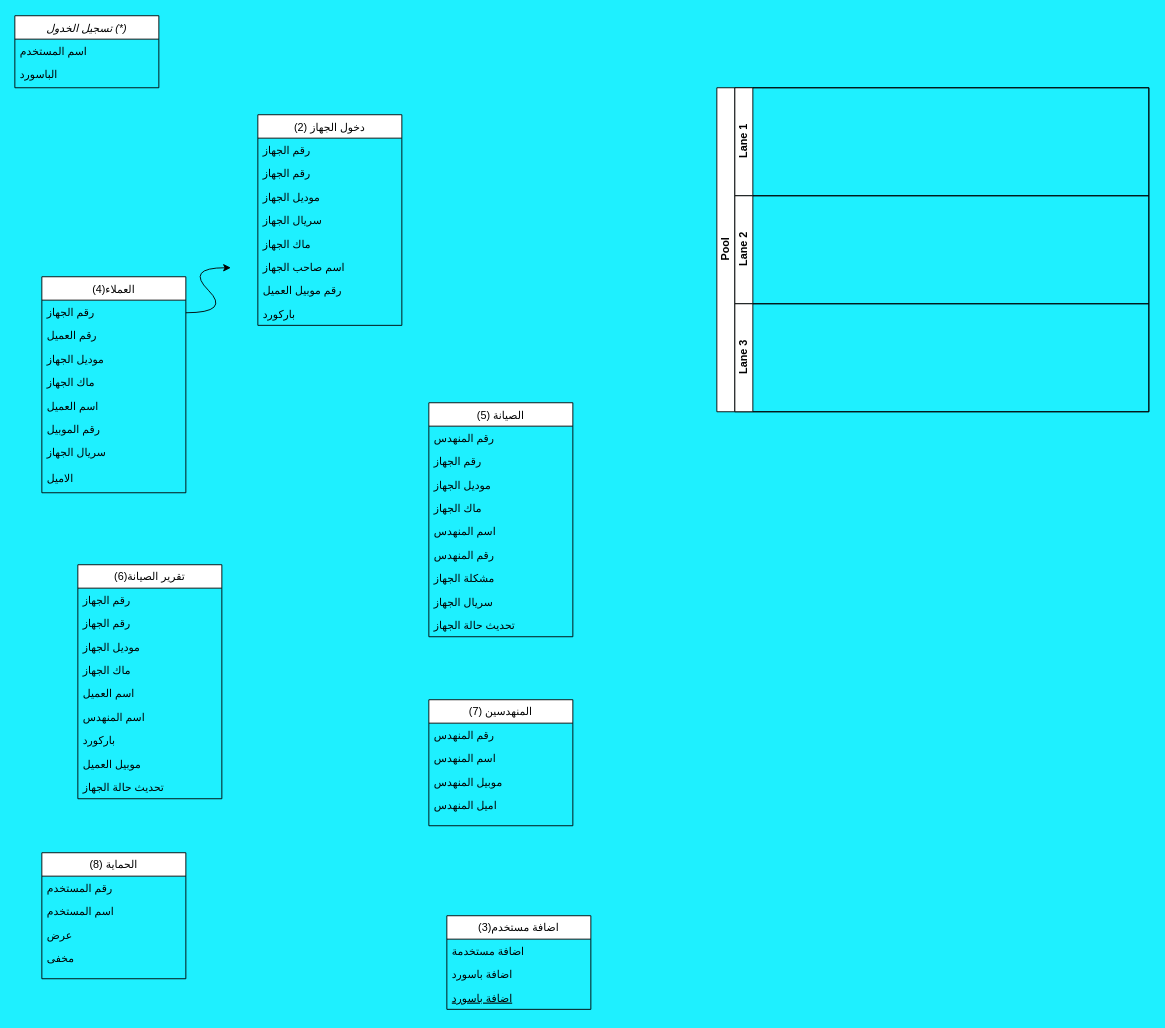
The draw.io diagram Untitled Diagram.drawio in Botrou/satar, before the edit. Source tidied: cells renumbered, new cells numbered last; positions are measured from the earlier drawing's top-left corner, leaving out a move shared by most shapes. Both pictures are drawn from the tidied source at 90%, with x=0, y=0 at pixel (14, 15).
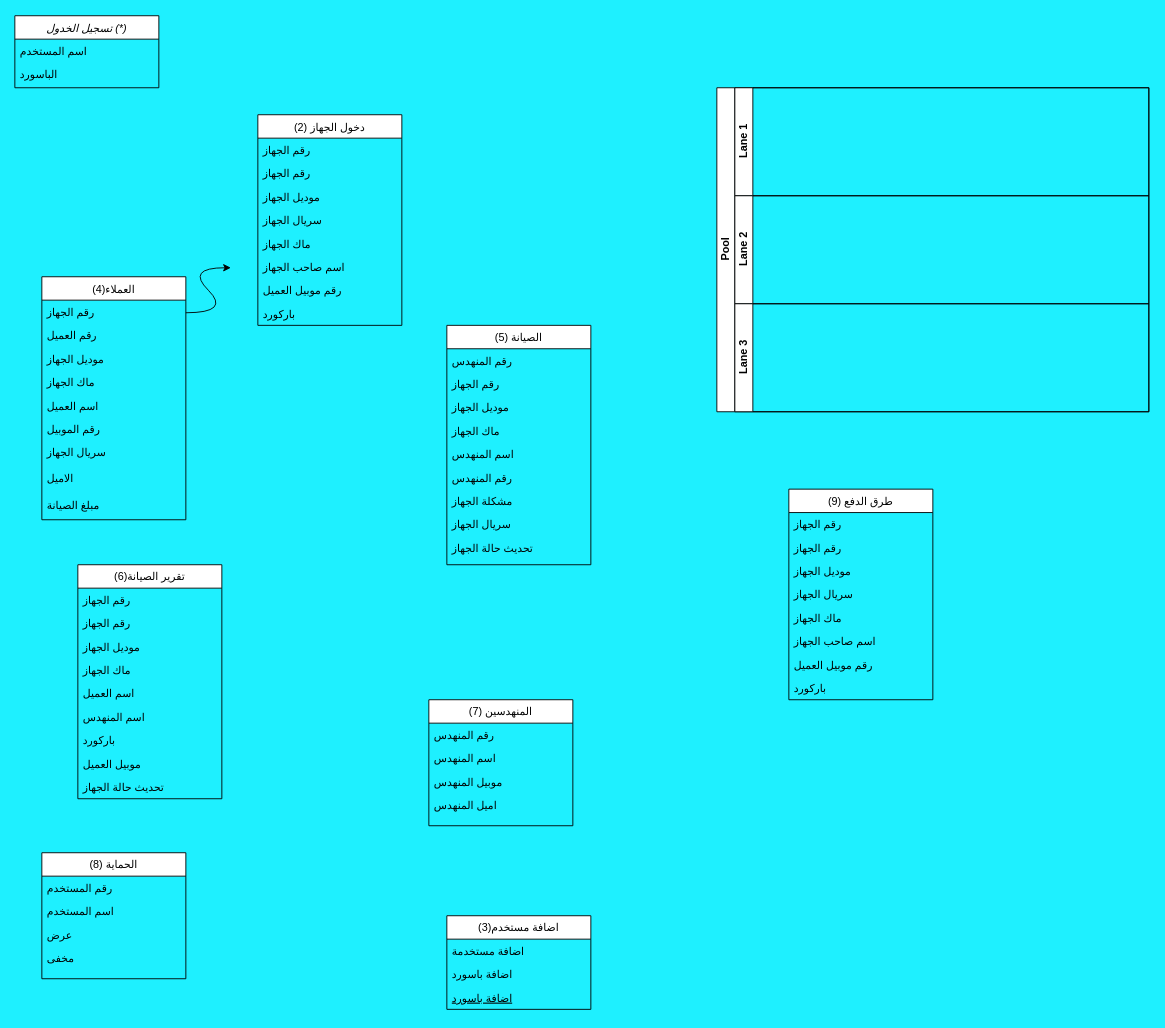
After the change.

The edit, as a diff of the source:
```diff
@@
     <mxCell id="9" value="العملاء(4)" style="swimlane;fontStyle=0;align=center;verticalAlign=top;horizontal=1;startSize=26;rounded=0;shadow=0;strokeWidth=1;" parent="1" vertex="1">
-      <mxGeometry x="30" y="290" width="160" height="240" as="geometry" />
+      <mxGeometry x="30" y="290" width="160" height="270" as="geometry" />
     </mxCell>
@@
     <mxCell id="17" value="الاميل " style="text;align=left;verticalAlign=top;spacingLeft=4;spacingRight=4;overflow=hidden;" parent="9" vertex="1">
-      <mxGeometry y="210" width="160" height="26" as="geometry" />
+      <mxGeometry y="210" width="160" height="30" as="geometry" />
     </mxCell>
+    <mxCell id="62" value="مبلغ الصيانة" style="text;align=left;verticalAlign=top;spacingLeft=4;spacingRight=4;overflow=hidden;rounded=0;shadow=0;html=0;" parent="9" vertex="1">
+      <mxGeometry y="240" width="160" height="26" as="geometry" />
+    </mxCell>
@@
     <mxCell id="27" value="الصيانة (5)" style="swimlane;fontStyle=0;align=center;verticalAlign=top;horizontal=1;startSize=26;rounded=0;shadow=0;strokeWidth=1;" parent="1" vertex="1">
-      <mxGeometry x="460" y="430" width="160" height="260" as="geometry" />
+      <mxGeometry x="480" y="344" width="160" height="266" as="geometry" />
     </mxCell>
@@
     <mxCell id="36" value="تحديث حالة الجهاز" style="text;align=left;verticalAlign=top;spacingLeft=4;spacingRight=4;overflow=hidden;rounded=0;shadow=0;html=0;" parent="27" vertex="1">
-      <mxGeometry y="234" width="160" height="26" as="geometry" />
+      <mxGeometry y="234" width="160" height="30" as="geometry" />
     </mxCell>
@@
+    <mxCell id="63" value="طرق الدفع (9)" style="swimlane;fontStyle=0;align=center;verticalAlign=top;horizontal=1;startSize=26;rounded=0;shadow=0;strokeWidth=1;" parent="1" vertex="1">
+      <mxGeometry x="860" y="526" width="160" height="234" as="geometry" />
+    </mxCell>
+    <mxCell id="64" value="رقم الجهاز" style="text;align=left;verticalAlign=top;spacingLeft=4;spacingRight=4;overflow=hidden;" parent="63" vertex="1">
+      <mxGeometry y="26" width="160" height="26" as="geometry" />
+    </mxCell>
+    <mxCell id="65" value="رقم الجهاز" style="text;align=left;verticalAlign=top;spacingLeft=4;spacingRight=4;overflow=hidden;" parent="63" vertex="1">
+      <mxGeometry y="52" width="160" height="26" as="geometry" />
+    </mxCell>
+    <mxCell id="66" value="موديل الجهاز" style="text;align=left;verticalAlign=top;spacingLeft=4;spacingRight=4;overflow=hidden;rounded=0;shadow=0;html=0;" parent="63" vertex="1">
+      <mxGeometry y="78" width="160" height="26" as="geometry" />
+    </mxCell>
+    <mxCell id="67" value="سريال الجهاز" style="text;align=left;verticalAlign=top;spacingLeft=4;spacingRight=4;overflow=hidden;rounded=0;shadow=0;html=0;" parent="63" vertex="1">
+      <mxGeometry y="104" width="160" height="26" as="geometry" />
+    </mxCell>
+    <mxCell id="68" value="ماك الجهاز" style="text;align=left;verticalAlign=top;spacingLeft=4;spacingRight=4;overflow=hidden;rounded=0;shadow=0;html=0;" parent="63" vertex="1">
+      <mxGeometry y="130" width="160" height="26" as="geometry" />
+    </mxCell>
+    <mxCell id="69" value="اسم صاحب الجهاز" style="text;align=left;verticalAlign=top;spacingLeft=4;spacingRight=4;overflow=hidden;rounded=0;shadow=0;html=0;" parent="63" vertex="1">
+      <mxGeometry y="156" width="160" height="26" as="geometry" />
+    </mxCell>
+    <mxCell id="70" value="رقم موبيل العميل " style="text;align=left;verticalAlign=top;spacingLeft=4;spacingRight=4;overflow=hidden;" parent="63" vertex="1">
+      <mxGeometry y="182" width="160" height="26" as="geometry" />
+    </mxCell>
+    <mxCell id="71" value="باركورد" style="text;align=left;verticalAlign=top;spacingLeft=4;spacingRight=4;overflow=hidden;" parent="63" vertex="1">
+      <mxGeometry y="208" width="160" height="26" as="geometry" />
+    </mxCell>
```
